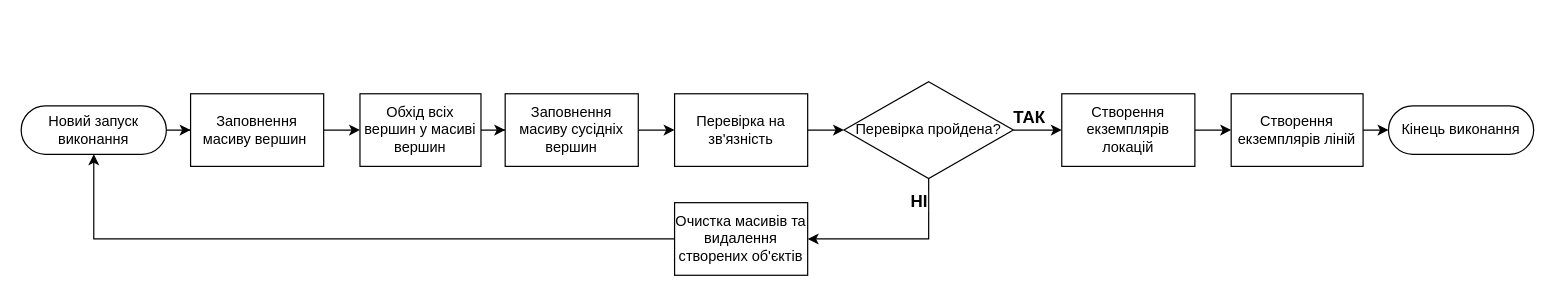
Above: page "робота програми" (1 of 2) of алгоритм.drawio in Shylo-Ivan-MIT/diagrams (draw.io), before the change. Source tidied: cells renumbered, new cells numbered last; positions are measured from the earlier drawing's top-left corner, leaving out a move shared by most shapes. Both pictures are drawn from the tidied source at 121%, with x=0, y=0 at pixel (21, 81).
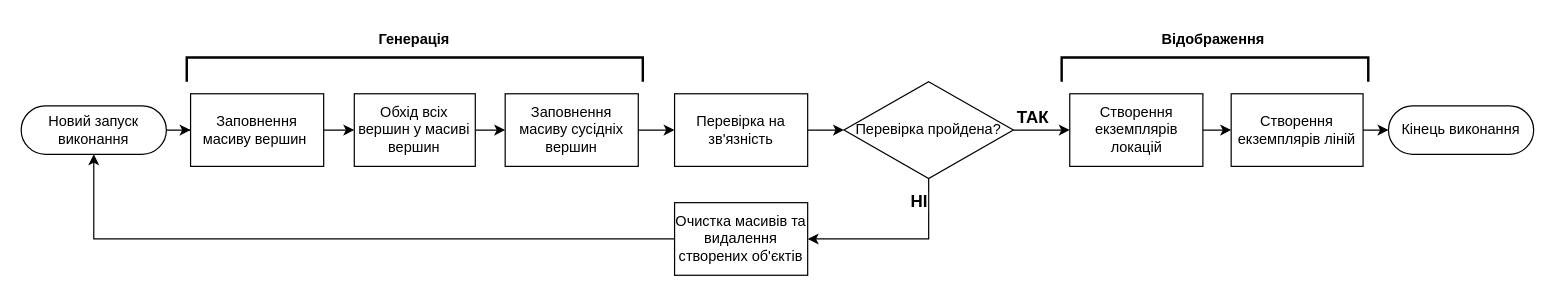
Above is the later version.

What changed in the source:
```diff
@@
     <mxCell id="5" value="Обхід всіх вершин у масиві вершин" style="rounded=0;whiteSpace=wrap;html=1;" parent="1" vertex="1">
-      <mxGeometry x="280" y="10" width="100" height="60" as="geometry" />
+      <mxGeometry x="275.3" y="10" width="100" height="60" as="geometry" />
     </mxCell>
@@
     <mxCell id="19" value="Створення екземплярів локацій" style="rounded=0;whiteSpace=wrap;html=1;" parent="1" vertex="1">
-      <mxGeometry x="860" y="10" width="110" height="60" as="geometry" />
+      <mxGeometry x="866.6" y="10" width="110" height="60" as="geometry" />
     </mxCell>
@@
+    <mxCell id="22" style="strokeWidth=2;html=1;shape=mxgraph.flowchart.annotation_1;align=left;rotation=90;" parent="1" vertex="1">
+      <mxGeometry x="315.3" y="-198.4" width="20" height="376.9" as="geometry" />
+    </mxCell>
+    <mxCell id="23" style="strokeWidth=2;html=1;shape=mxgraph.flowchart.annotation_1;align=left;rotation=90;" parent="1" vertex="1">
+      <mxGeometry x="976.6" y="-136.7" width="20" height="253.4" as="geometry" />
+    </mxCell>
+    <mxCell id="24" value="&lt;b&gt;Відображення&amp;nbsp;&lt;/b&gt;" style="text;html=1;strokeColor=none;fillColor=none;align=center;verticalAlign=middle;whiteSpace=wrap;rounded=0;" parent="1" vertex="1">
+      <mxGeometry x="956.6" y="-50" width="60" height="30" as="geometry" />
+    </mxCell>
+    <mxCell id="25" value="&lt;b&gt;Генерація&lt;/b&gt;" style="text;html=1;strokeColor=none;fillColor=none;align=center;verticalAlign=middle;whiteSpace=wrap;rounded=0;" parent="1" vertex="1">
+      <mxGeometry x="295.3" y="-50" width="60" height="30" as="geometry" />
+    </mxCell>
```
